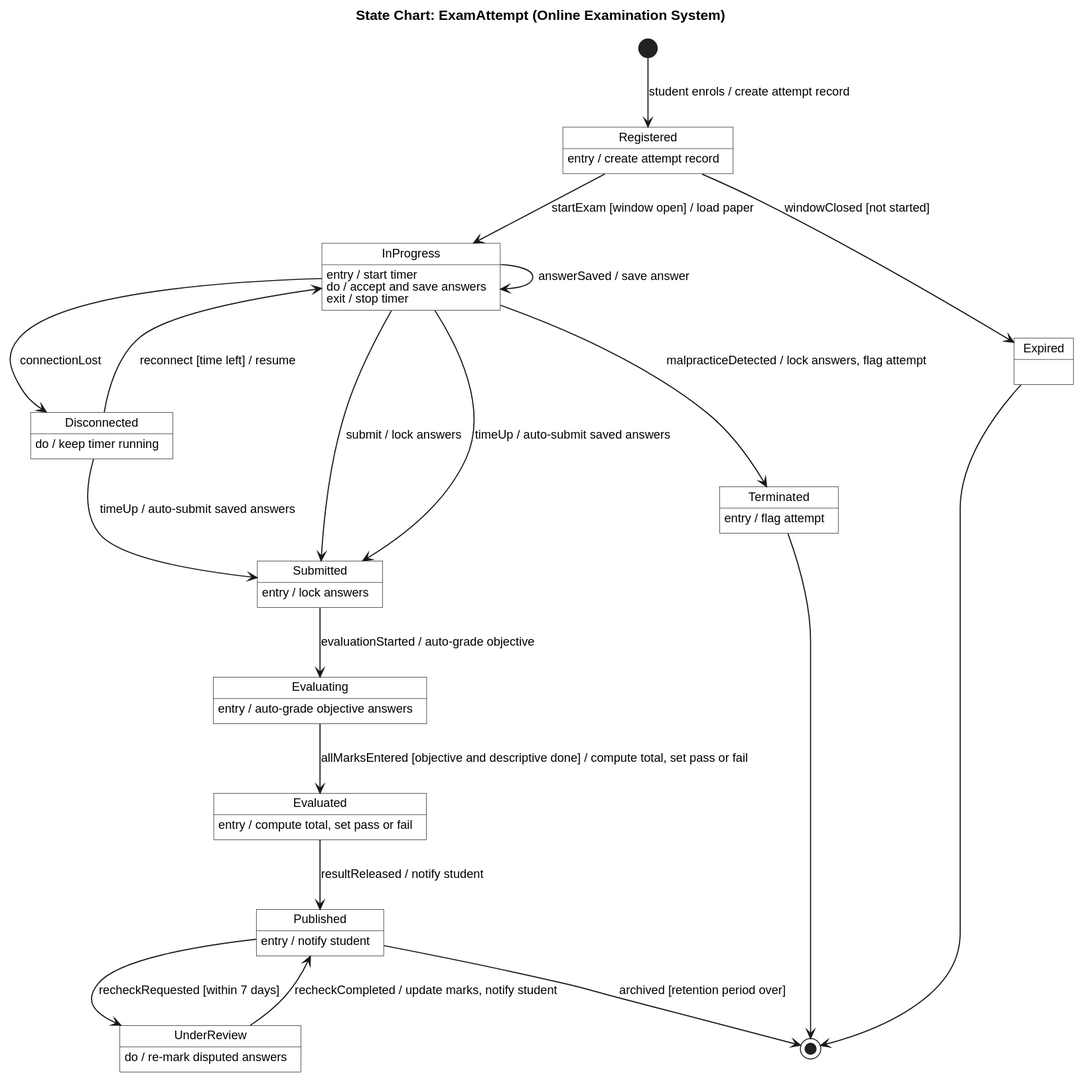
Before: public/code/mcsl-222/section-1/session-6/exam_attempt_state.svg, a diagram exported from PlantUML (theetherGit/mca-ignou-labs). Its source is kept beside it as public/code/mcsl-222/section-1/session-6/exam_attempt_state.puml.
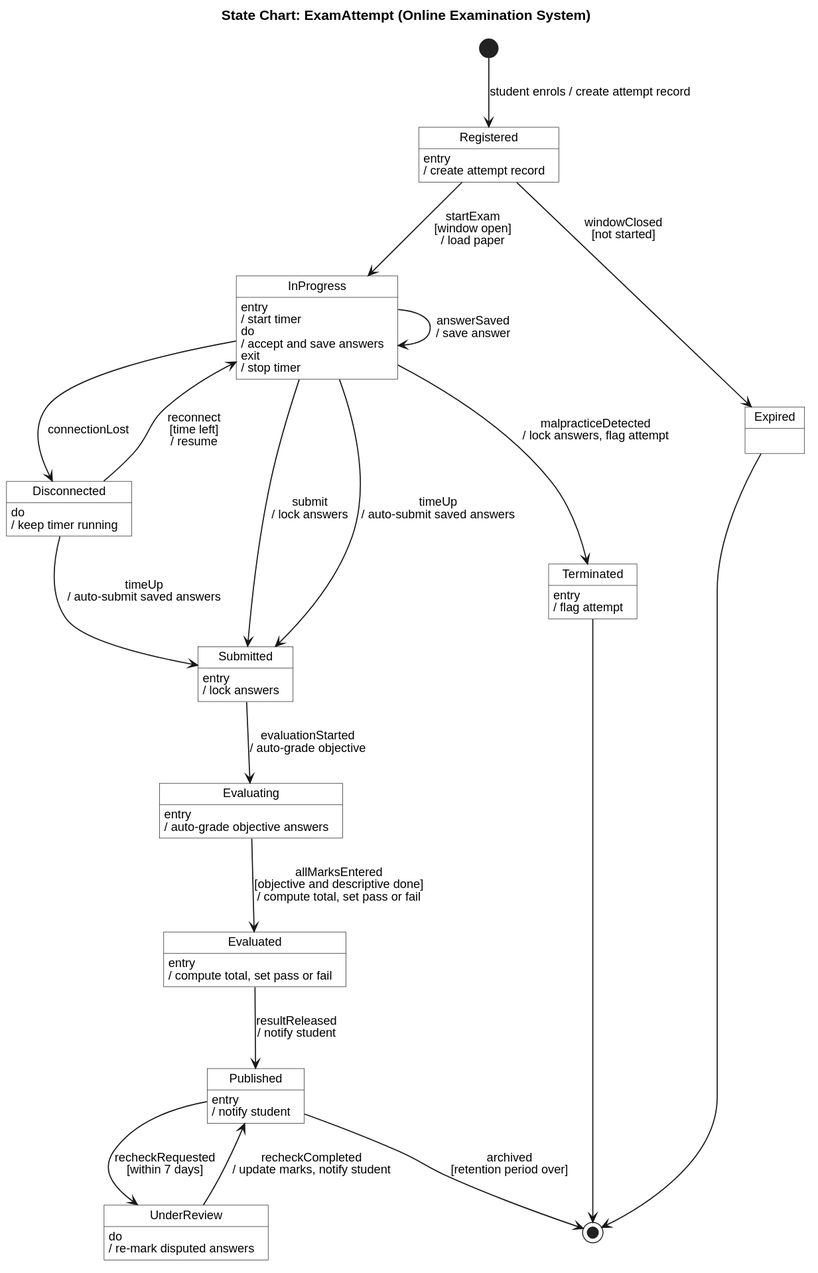
After the change.

Change to the diagram source:
```diff
@@ -1,33 +1,33 @@
 @startuml
 title State Chart: ExamAttempt (Online Examination System)
 [*] --> Registered : student enrols / create attempt record
-Registered : entry / create attempt record
-InProgress : entry / start timer
-InProgress : do / accept and save answers
-InProgress : exit / stop timer
-Disconnected : do / keep timer running
-Submitted : entry / lock answers
-Evaluating : entry / auto-grade objective answers
-Evaluated : entry / compute total, set pass or fail
-Published : entry / notify student
-UnderReview : do / re-mark disputed answers
-Terminated : entry / flag attempt
+Registered : entry\n/ create attempt record
+InProgress : entry\n/ start timer
+InProgress : do\n/ accept and save answers
+InProgress : exit\n/ stop timer
+Disconnected : do\n/ keep timer running
+Submitted : entry\n/ lock answers
+Evaluating : entry\n/ auto-grade objective answers
+Evaluated : entry\n/ compute total, set pass or fail
+Published : entry\n/ notify student
+UnderReview : do\n/ re-mark disputed answers
+Terminated : entry\n/ flag attempt
 
-Registered --> InProgress : startExam [window open] / load paper
-Registered --> Expired : windowClosed [not started]
-InProgress --> InProgress : answerSaved / save answer
+Registered --> InProgress : startExam\n[window open]\n/ load paper
+Registered --> Expired : windowClosed\n[not started]
+InProgress --> InProgress : answerSaved\n/ save answer
 InProgress --> Disconnected : connectionLost
-Disconnected --> InProgress : reconnect [time left] / resume
-Disconnected --> Submitted : timeUp / auto-submit saved answers
-InProgress --> Submitted : submit / lock answers
-InProgress --> Submitted : timeUp / auto-submit saved answers
-InProgress --> Terminated : malpracticeDetected / lock answers, flag attempt
-Submitted --> Evaluating : evaluationStarted / auto-grade objective
-Evaluating --> Evaluated : allMarksEntered [objective and descriptive done] / compute total, set pass or fail
-Evaluated --> Published : resultReleased / notify student
-Published --> UnderReview : recheckRequested [within 7 days]
-UnderReview --> Published : recheckCompleted / update marks, notify student
-Published --> [*] : archived [retention period over]
+Disconnected --> InProgress : reconnect\n[time left]\n/ resume
+Disconnected --> Submitted : timeUp\n/ auto-submit saved answers
+InProgress --> Submitted : submit\n/ lock answers
+InProgress --> Submitted : timeUp\n/ auto-submit saved answers
+InProgress --> Terminated : malpracticeDetected\n/ lock answers, flag attempt
+Submitted --> Evaluating : evaluationStarted\n/ auto-grade objective
+Evaluating --> Evaluated : allMarksEntered\n[objective and descriptive done]\n/ compute total, set pass or fail
+Evaluated --> Published : resultReleased\n/ notify student
+Published --> UnderReview : recheckRequested\n[within 7 days]
+UnderReview --> Published : recheckCompleted\n/ update marks, notify student
+Published --> [*] : archived\n[retention period over]
 Expired --> [*]
 Terminated --> [*]
 @enduml
```
